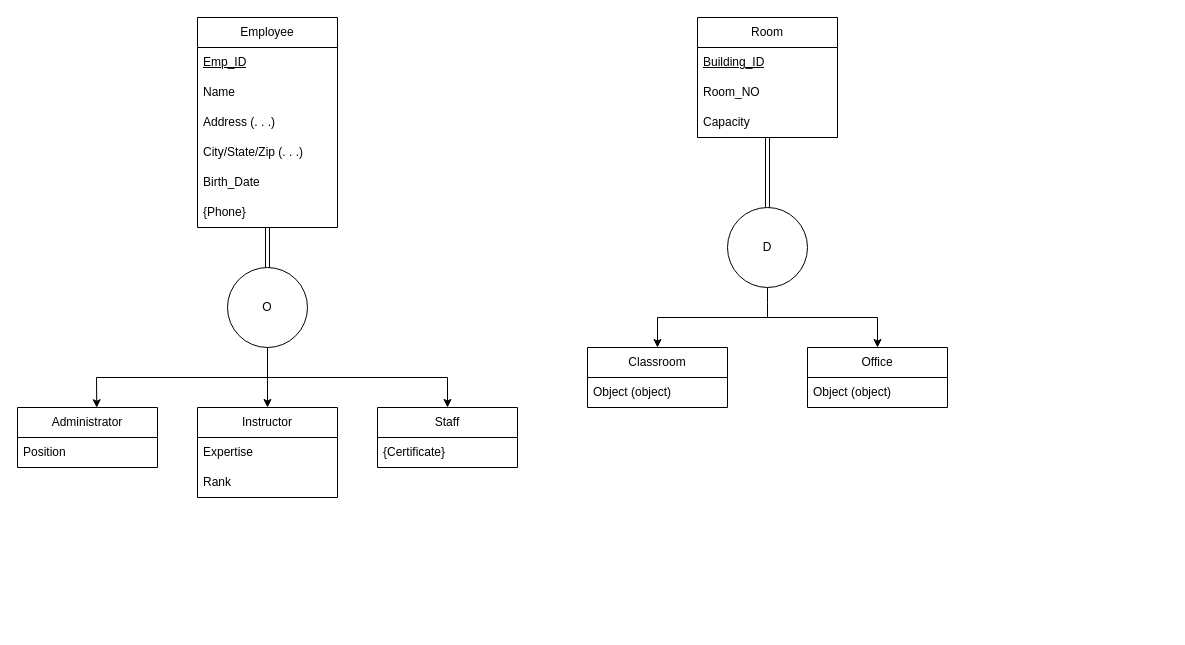
This is Homework2.drawio from ngimpWT/CIDM3350, a draw.io file, before an edit. Source tidied: cells renumbered, new cells numbered last; positions are measured from the earlier drawing's top-left corner, leaving out a move shared by most shapes. Both pictures are drawn from the tidied source at 100%, with x=0, y=0 at pixel (17, 17).
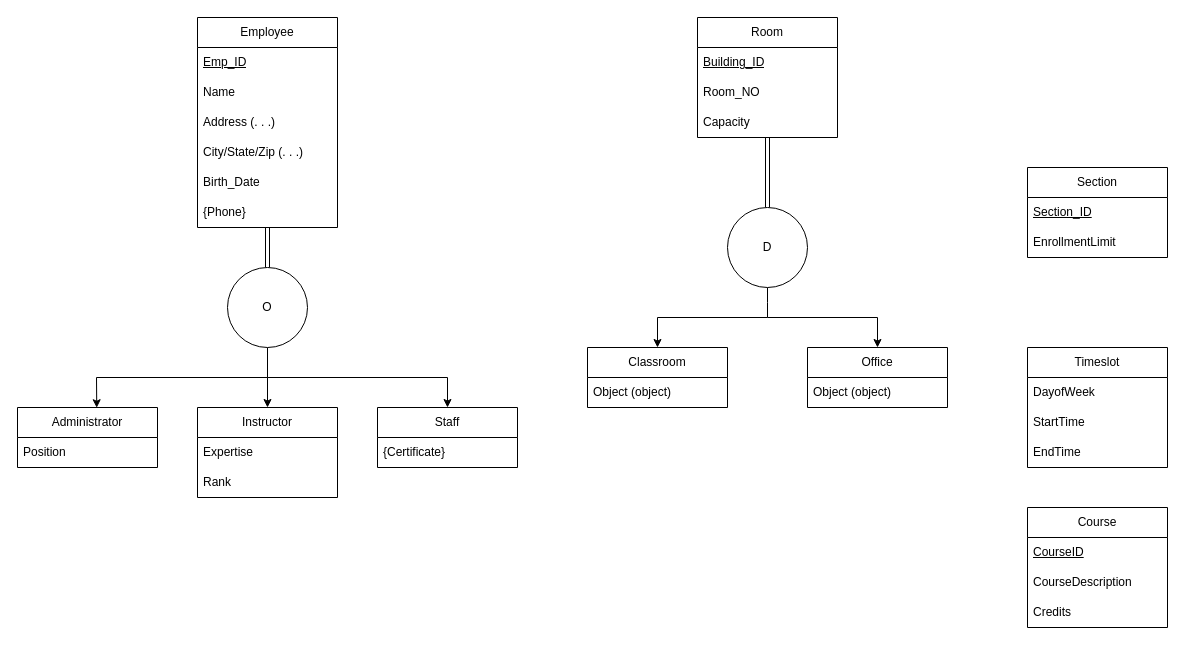
The same page after the edit.

Unchanged cells that the change refers to:
```xml
<mxCell id="28" value="Classroom" style="swimlane;fontStyle=0;horizontal=1;startSize=30;whiteSpace=wrap;html=1;" parent="1" vertex="1">
  <mxGeometry x="570" y="330" width="140" height="60" as="geometry" />
</mxCell>
```

What changed in the source:
```diff
@@
-    <mxCell id="32" style="endArrow=classic;html=1;rounded=0;entryX=0.5;entryY=0;entryDx=0;entryDy=0;" parent="1" edge="1" target="28">
+    <mxCell id="32" style="endArrow=classic;html=1;rounded=0;" parent="1" edge="1">
       <mxGeometry relative="1" as="geometry">
         <mxPoint x="750" y="300" as="sourcePoint" />
+        <mxPoint x="640" y="330" as="targetPoint" />
         <Array as="points">
           <mxPoint x="640" y="300" />
         </Array>
       </mxGeometry>
     </mxCell>
@@
+    <mxCell id="34" value="Timeslot" style="swimlane;fontStyle=0;horizontal=1;startSize=30;whiteSpace=wrap;html=1;" parent="1" vertex="1">
+      <mxGeometry x="1010" y="330" width="140" height="120" as="geometry" />
+    </mxCell>
+    <mxCell id="35" value="DayofWeek" style="text;strokeColor=none;fillColor=none;align=left;verticalAlign=middle;spacingLeft=4;spacingRight=4;overflow=hidden;whiteSpace=wrap;html=1;" parent="34" vertex="1">
+      <mxGeometry y="30" width="140" height="30" as="geometry" />
+    </mxCell>
+    <mxCell id="36" value="StartTime" style="text;strokeColor=none;fillColor=none;align=left;verticalAlign=middle;spacingLeft=4;spacingRight=4;overflow=hidden;whiteSpace=wrap;html=1;" parent="34" vertex="1">
+      <mxGeometry y="60" width="140" height="30" as="geometry" />
+    </mxCell>
+    <mxCell id="37" value="EndTime" style="text;strokeColor=none;fillColor=none;align=left;verticalAlign=middle;spacingLeft=4;spacingRight=4;overflow=hidden;whiteSpace=wrap;html=1;" parent="34" vertex="1">
+      <mxGeometry y="90" width="140" height="30" as="geometry" />
+    </mxCell>
+    <mxCell id="38" value="Course" style="swimlane;fontStyle=0;horizontal=1;startSize=30;whiteSpace=wrap;html=1;" parent="1" vertex="1">
+      <mxGeometry x="1010" y="490" width="140" height="120" as="geometry" />
+    </mxCell>
+    <mxCell id="39" value="&lt;u&gt;CourseID&lt;/u&gt;" style="text;strokeColor=none;fillColor=none;align=left;verticalAlign=middle;spacingLeft=4;spacingRight=4;overflow=hidden;whiteSpace=wrap;html=1;" parent="38" vertex="1">
+      <mxGeometry y="30" width="140" height="30" as="geometry" />
+    </mxCell>
+    <mxCell id="40" value="CourseDescription" style="text;strokeColor=none;fillColor=none;align=left;verticalAlign=middle;spacingLeft=4;spacingRight=4;overflow=hidden;whiteSpace=wrap;html=1;" parent="38" vertex="1">
+      <mxGeometry y="60" width="140" height="30" as="geometry" />
+    </mxCell>
+    <mxCell id="41" value="Credits" style="text;strokeColor=none;fillColor=none;align=left;verticalAlign=middle;spacingLeft=4;spacingRight=4;overflow=hidden;whiteSpace=wrap;html=1;" parent="38" vertex="1">
+      <mxGeometry y="90" width="140" height="30" as="geometry" />
+    </mxCell>
+    <mxCell id="42" value="Section" style="swimlane;fontStyle=0;horizontal=1;startSize=30;whiteSpace=wrap;html=1;" parent="1" vertex="1">
+      <mxGeometry x="1010" y="150" width="140" height="90" as="geometry" />
+    </mxCell>
+    <mxCell id="43" value="&lt;u&gt;Section_ID&lt;/u&gt;" style="text;strokeColor=none;fillColor=none;align=left;verticalAlign=middle;spacingLeft=4;spacingRight=4;overflow=hidden;whiteSpace=wrap;html=1;" parent="42" vertex="1">
+      <mxGeometry y="30" width="140" height="30" as="geometry" />
+    </mxCell>
+    <mxCell id="44" value="EnrollmentLimit" style="text;strokeColor=none;fillColor=none;align=left;verticalAlign=middle;spacingLeft=4;spacingRight=4;overflow=hidden;whiteSpace=wrap;html=1;" parent="42" vertex="1">
+      <mxGeometry y="60" width="140" height="30" as="geometry" />
+    </mxCell>
```
